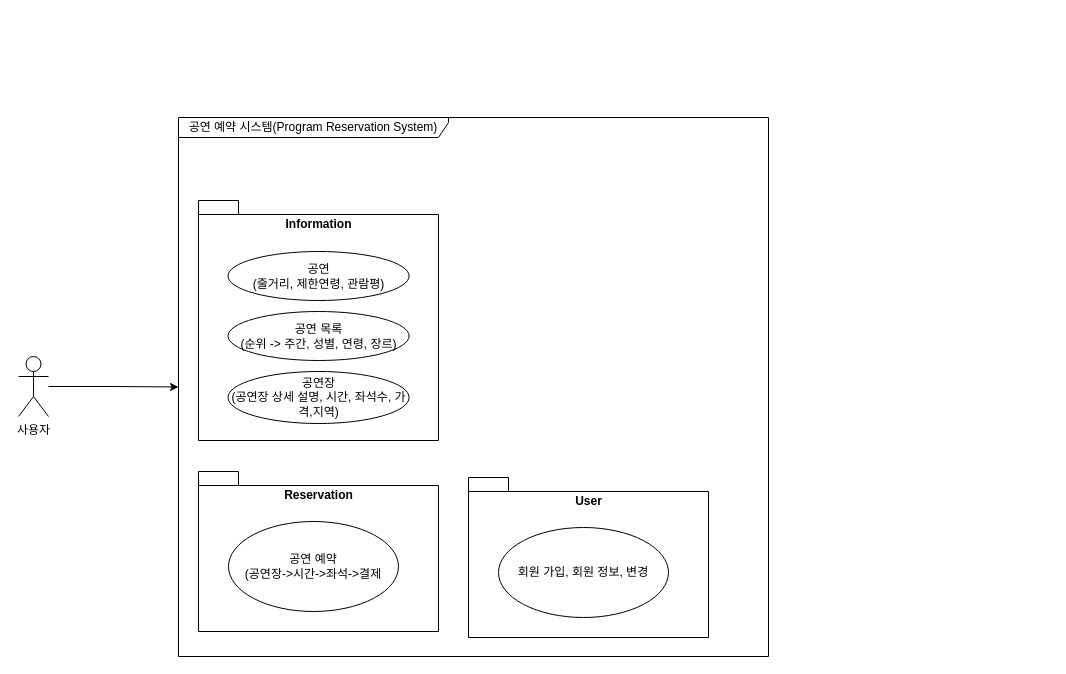
Before: page "ST2" (3 of 4) of requirements.drawio in hunjuly/rehearsal, a draw.io diagram. Source tidied: cells renumbered, new cells numbered last; positions are measured from the earlier drawing's top-left corner, leaving out a move shared by most shapes. Both pictures are drawn from the tidied source at 100%, with x=0, y=0 at pixel (18, 117).
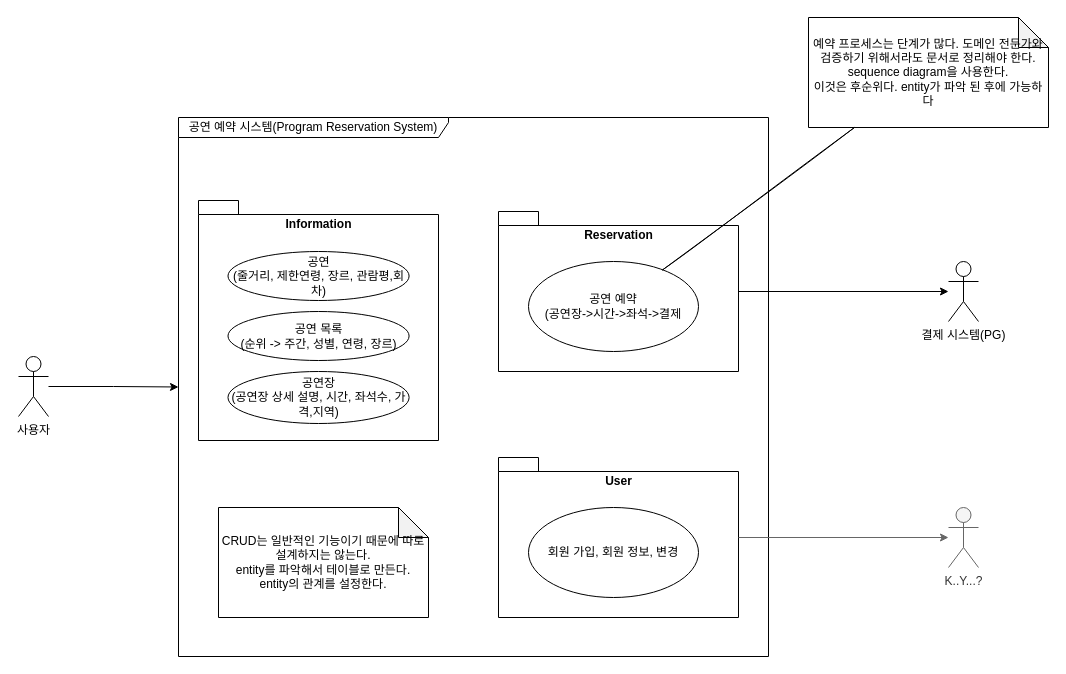
Above is the later version.

The change refers to these unchanged cells:
```xml
<mxCell id="6" value="Reservation" style="shape=folder;fontStyle=1;spacingTop=10;tabWidth=40;tabHeight=14;tabPosition=left;html=1;verticalAlign=top;" parent="5" vertex="1">
  <mxGeometry width="240" height="160" as="geometry" />
</mxCell>
<mxCell id="7" value="공연 예약&lt;br&gt;(공연장-&amp;gt;시간-&amp;gt;좌석-&amp;gt;결제" style="ellipse;whiteSpace=wrap;html=1;" parent="5" vertex="1">
  <mxGeometry x="30" y="50" width="170" height="90" as="geometry" />
</mxCell>
<mxCell id="13" value="User" style="shape=folder;fontStyle=1;spacingTop=10;tabWidth=40;tabHeight=14;tabPosition=left;html=1;verticalAlign=top;" parent="12" vertex="1">
  <mxGeometry width="240" height="160" as="geometry" />
</mxCell>
```

Diff of the diagram source:
```diff
@@
     <mxCell id="5" style="group;" parent="1" vertex="1">
-      <mxGeometry x="180" y="354" width="240" height="160" as="geometry" />
+      <mxGeometry x="480" y="94" width="240" height="160" as="geometry" />
     </mxCell>
@@
-    <mxCell id="9" value="공연&lt;br&gt;(&lt;span style=&quot;text-align: left;&quot;&gt;줄거리, 제한연령, 관람평)&lt;/span&gt;" style="ellipse;whiteSpace=wrap;html=1;" parent="1" vertex="1">
+    <mxCell id="9" value="공연&lt;br&gt;(&lt;span style=&quot;text-align: left;&quot;&gt;줄거리, 제한연령, 장르, 관람평,회차)&lt;/span&gt;" style="ellipse;whiteSpace=wrap;html=1;" parent="1" vertex="1">
       <mxGeometry x="209.5" y="134" width="181.1" height="49" as="geometry" />
     </mxCell>
@@
     <mxCell id="12" style="group;" parent="1" vertex="1">
-      <mxGeometry x="450" y="360" width="240" height="160" as="geometry" />
+      <mxGeometry x="480" y="340" width="240" height="160" as="geometry" />
     </mxCell>
@@
+    <mxCell id="15" value="결제 시스템(PG)" style="shape=umlActor;verticalLabelPosition=bottom;verticalAlign=top;html=1;outlineConnect=0;" parent="1" vertex="1">
+      <mxGeometry x="930" y="144" width="30" height="60" as="geometry" />
+    </mxCell>
+    <mxCell id="16" style="edgeStyle=orthogonalEdgeStyle;rounded=0;jettySize=auto;html=1;" parent="1" edge="1" source="6" target="15">
+      <mxGeometry relative="1" as="geometry" />
+    </mxCell>
+    <mxCell id="17" value="K..Y...?" style="shape=umlActor;verticalLabelPosition=bottom;verticalAlign=top;html=1;outlineConnect=0;shadow=0;fillColor=#f5f5f5;strokeColor=#666666;fontColor=#333333;" parent="1" vertex="1">
+      <mxGeometry x="930" y="390" width="30" height="60" as="geometry" />
+    </mxCell>
+    <mxCell id="18" style="edgeStyle=orthogonalEdgeStyle;rounded=0;jettySize=auto;html=1;shadow=0;fillColor=#f5f5f5;strokeColor=#666666;" parent="1" edge="1" source="13" target="17">
+      <mxGeometry relative="1" as="geometry" />
+    </mxCell>
+    <mxCell id="19" value="CRUD는 일반적인 기능이기 때문에 따로 설계하지는 않는다.&lt;br&gt;entity를 파악해서 테이블로 만든다.&lt;br&gt;entity의 관계를 설정한다." style="shape=note;whiteSpace=wrap;html=1;backgroundOutline=1;darkOpacity=0.05;shadow=0;strokeColor=default;" parent="1" vertex="1">
+      <mxGeometry x="200" y="390" width="210" height="110" as="geometry" />
+    </mxCell>
+    <mxCell id="20" value="예약 프로세스는 단계가 많다. 도메인 전문가와 검증하기 위해서라도 문서로 정리해야 한다.&lt;br&gt;sequence diagram을 사용한다.&lt;br&gt;이것은 후순위다. entity가 파악 된 후에 가능하다" style="shape=note;whiteSpace=wrap;html=1;backgroundOutline=1;darkOpacity=0.05;shadow=0;strokeColor=default;" parent="1" vertex="1">
+      <mxGeometry x="790" y="-100" width="240" height="110" as="geometry" />
+    </mxCell>
+    <mxCell id="21" style="endArrow=none;html=1;rounded=0;shadow=0;sketch=1;strokeColor=default;" parent="1" edge="1" source="7" target="20">
+      <mxGeometry relative="1" as="geometry" />
+    </mxCell>
```
